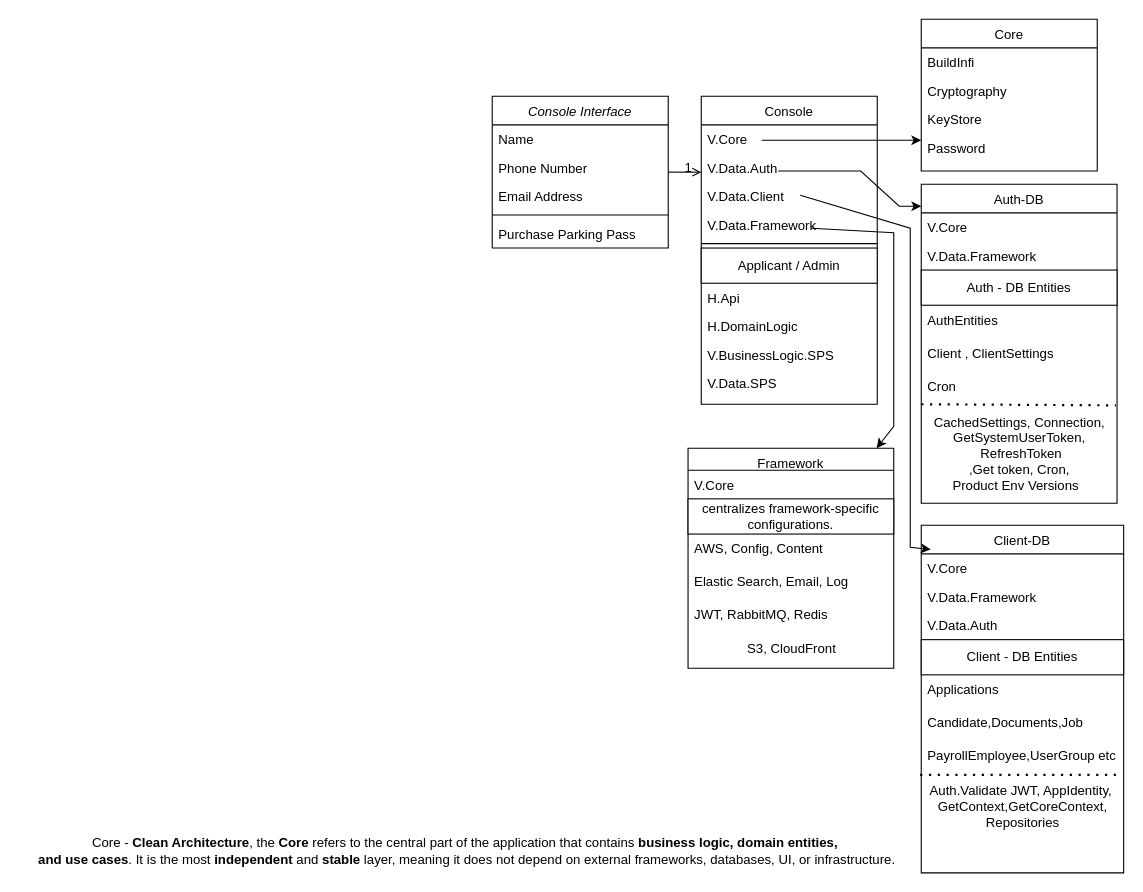
The draw.io diagram Untitled Diagram.drawio in LalgyThomas/GITPR, before the edit. Source tidied: cells renumbered, new cells numbered last; positions are measured from the earlier drawing's top-left corner, leaving out a move shared by most shapes. Both pictures are drawn from the tidied source at 110%, with x=0, y=0 at pixel (19, 19).
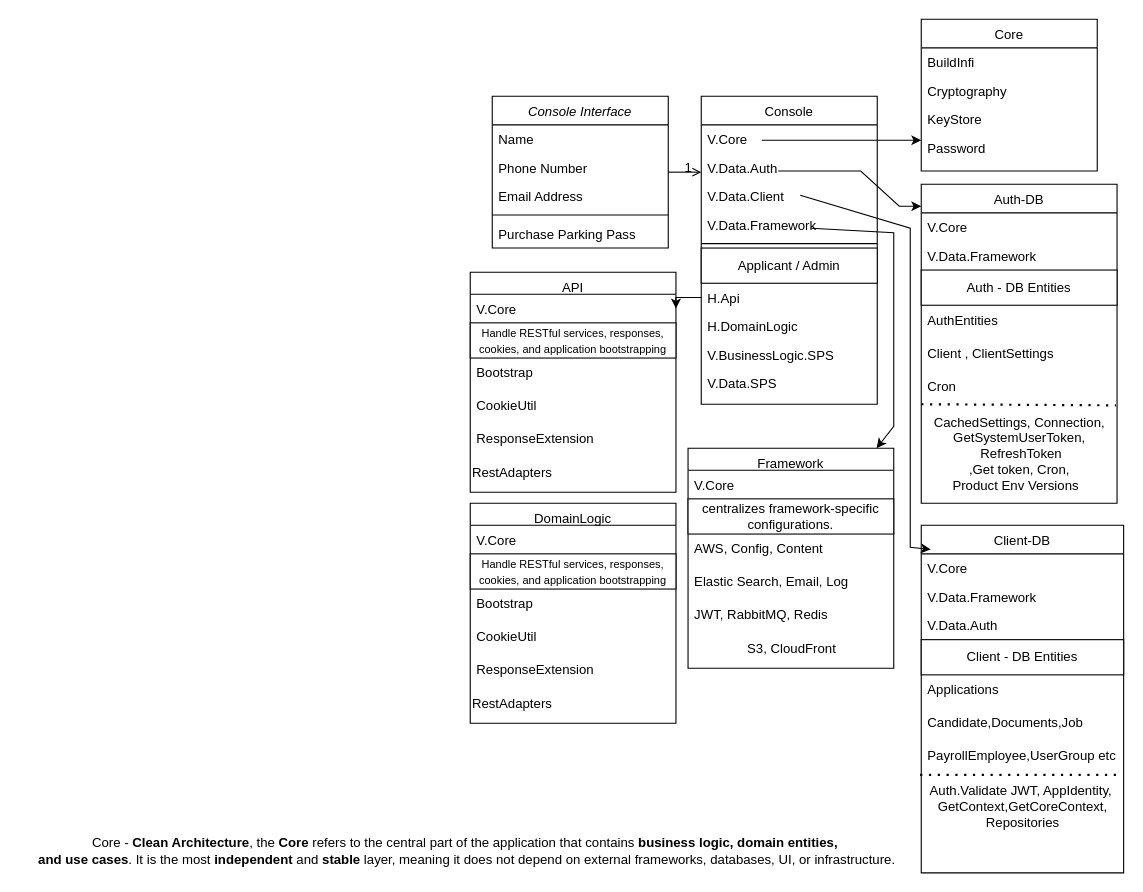
The same diagram, later.

Unchanged cells that the change refers to:
```xml
<mxCell id="23" value="H.Api" style="text;align=left;verticalAlign=top;spacingLeft=4;spacingRight=4;overflow=hidden;points=[[0,0.5],[1,0.5]];portConstraint=eastwest;rounded=0;shadow=0;html=0;" parent="14" vertex="1">
  <mxGeometry y="170" width="160" height="26" as="geometry" />
</mxCell>
```

Diff of the diagram source:
```diff
@@
+    <mxCell id="57" value="API" style="swimlane;fontStyle=0;align=center;verticalAlign=top;horizontal=1;startSize=20;rounded=0;shadow=0;strokeWidth=1;" parent="1" vertex="1">
+      <mxGeometry x="410" y="230" width="187" height="200" as="geometry" />
+    </mxCell>
+    <mxCell id="58" value="V.Core" style="text;align=left;verticalAlign=top;spacingLeft=4;spacingRight=4;overflow=hidden;points=[[0,0.5],[1,0.5]];portConstraint=eastwest;" parent="57" vertex="1">
+      <mxGeometry y="20" width="187" height="26" as="geometry" />
+    </mxCell>
+    <mxCell id="59" value="&lt;font style=&quot;font-size: 10px;&quot;&gt;Handle RESTful services, responses, cookies, and application bootstrapping&lt;/font&gt;" style="rounded=0;whiteSpace=wrap;html=1;fontStyle=0;" parent="57" vertex="1">
+      <mxGeometry y="46" width="187" height="32" as="geometry" />
+    </mxCell>
+    <mxCell id="60" value="Bootstrap" style="text;align=left;verticalAlign=top;spacingLeft=4;spacingRight=4;overflow=hidden;rounded=0;shadow=0;html=0;" parent="57" vertex="1">
+      <mxGeometry y="78" width="187" height="30" as="geometry" />
+    </mxCell>
+    <mxCell id="61" value="CookieUtil" style="text;align=left;verticalAlign=top;spacingLeft=4;spacingRight=4;overflow=hidden;rounded=0;shadow=0;html=0;" parent="57" vertex="1">
+      <mxGeometry y="108" width="187" height="30" as="geometry" />
+    </mxCell>
+    <mxCell id="62" value="ResponseExtension" style="text;align=left;verticalAlign=top;spacingLeft=4;spacingRight=4;overflow=hidden;rounded=0;shadow=0;html=0;" parent="57" vertex="1">
+      <mxGeometry y="138" width="187" height="30" as="geometry" />
+    </mxCell>
+    <mxCell id="63" value="RestAdapters" style="text;html=1;align=left;verticalAlign=middle;strokeColor=none;fillColor=none;rotation=0;" parent="57" vertex="1">
+      <mxGeometry y="168" width="187" height="30" as="geometry" />
+    </mxCell>
+    <mxCell id="64" style="edgeStyle=orthogonalEdgeStyle;rounded=0;jettySize=auto;html=1;exitX=0;exitY=0.5;exitDx=0;exitDy=0;entryX=1;entryY=0.5;entryDx=0;entryDy=0;" parent="1" edge="1" source="23" target="58">
+      <mxGeometry relative="1" as="geometry" />
+    </mxCell>
+    <mxCell id="65" value="DomainLogic" style="swimlane;fontStyle=0;align=center;verticalAlign=top;horizontal=1;startSize=20;rounded=0;shadow=0;strokeWidth=1;" parent="1" vertex="1">
+      <mxGeometry x="410" y="440" width="187" height="200" as="geometry" />
+    </mxCell>
+    <mxCell id="66" value="V.Core" style="text;align=left;verticalAlign=top;spacingLeft=4;spacingRight=4;overflow=hidden;" parent="65" vertex="1">
+      <mxGeometry y="20" width="187" height="26" as="geometry" />
+    </mxCell>
+    <mxCell id="67" value="&lt;font style=&quot;font-size: 10px;&quot;&gt;Handle RESTful services, responses, cookies, and application bootstrapping&lt;/font&gt;" style="rounded=0;whiteSpace=wrap;html=1;fontStyle=0;" parent="65" vertex="1">
+      <mxGeometry y="46" width="187" height="32" as="geometry" />
+    </mxCell>
+    <mxCell id="68" value="Bootstrap" style="text;align=left;verticalAlign=top;spacingLeft=4;spacingRight=4;overflow=hidden;rounded=0;shadow=0;html=0;" parent="65" vertex="1">
+      <mxGeometry y="78" width="187" height="30" as="geometry" />
+    </mxCell>
+    <mxCell id="69" value="CookieUtil" style="text;align=left;verticalAlign=top;spacingLeft=4;spacingRight=4;overflow=hidden;rounded=0;shadow=0;html=0;" parent="65" vertex="1">
+      <mxGeometry y="108" width="187" height="30" as="geometry" />
+    </mxCell>
+    <mxCell id="70" value="ResponseExtension" style="text;align=left;verticalAlign=top;spacingLeft=4;spacingRight=4;overflow=hidden;rounded=0;shadow=0;html=0;" parent="65" vertex="1">
+      <mxGeometry y="138" width="187" height="30" as="geometry" />
+    </mxCell>
+    <mxCell id="71" value="RestAdapters" style="text;html=1;align=left;verticalAlign=middle;strokeColor=none;fillColor=none;rotation=0;" parent="65" vertex="1">
+      <mxGeometry y="168" width="187" height="30" as="geometry" />
+    </mxCell>
```
